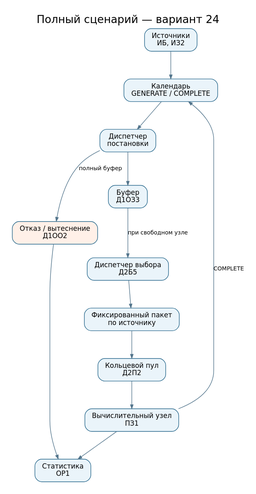
Expeline/APS_Lab keeps this PlantUML diagram as previews/main-flow.svg. Above is the earlier version. Its source is kept beside it as diagrams/sequence/main-flow.puml. Its diagram source:
```plantuml
@startuml
!pragma teoz true
skinparam backgroundColor white
skinparam shadowing false
skinparam defaultFontName DejaVu Sans
skinparam sequenceMessageAlign center
skinparam ArrowColor #236B8E
skinparam ParticipantBorderColor #236B8E
skinparam ParticipantBackgroundColor #EAF4FA

title Вариант 24 — полный сценарий центра рендеринга
actor "Источник задания" as Source
control "Движок событий" as Engine
control "Диспетчер постановки" as DP
queue "Буфер (Д1ОЗ3)" as Buf
control "Диспетчер выбора" as DV
collections "Пул приборов (Д2П2)" as Pool
participant "Вычислительный узел" as Worker
control "Календарь" as Cal
database "Статистика" as Stat
note over Source,Engine: ИБ / ИЗ2: бесконечные источники; интервал U(a,b)
== Обработка события GENERATE ==
Source -> Engine: generateJob(sourceId, t)
Engine -> Cal: schedule(next GENERATE, t + U(a,b))
Cal --> Engine: eventId
Engine -> DP: onArrival(job)
DP -> Buf: firstFreeSlot() [Д1ОЗ3]
Buf --> DP: slot / none
alt Есть место в буфере
 DP -> Buf: putAt(slot, job)
 Buf --> DP: placed
 DP -> Stat: recordBuffered(job)
else Буфер заполнен
 DP -> Buf: selectLowestPriorityVictim() [Д1ОО2]
 Buf --> DP: victim
 alt Новая заявка имеет право вытеснить victim
  note over DP,Buf
  Меньший номер источника = выше приоритет.
  При равенстве сохраняем старую заявку.
  end note
  DP -> Buf: remove(victim)
  Buf --> DP: removed
  DP -> Stat: recordRejected(victim, EVICTED)
  DP -> Buf: putAt(freedSlot, job)
  Buf --> DP: placed
 else Новая заявка не выше по приоритету
  DP -> Stat: recordRejected(job, OVERFLOW)
 end
end
== Обработка события COMPLETE ==
Worker -> Engine: onCompleted(job, workerId)
Engine -> Stat: recordCompleted(job, t)
Engine -> Pool: release(workerId)
Pool --> Engine: workerAvailable
Engine -> DV: onDeviceAvailable(t)
DV -> Buf: getWaitingJobs()
Buf --> DV: jobs
alt Пакет уже активен
 DV -> DV: Не расширять текущий пакет
else Нет активного пакета и очередь не пуста
 DV -> DV: selectPrioritySource(jobs) [Д2Б5]
 DV -> Buf: snapshotAndReserve(sourceId)
 Buf --> DV: immutable batchIds
 note over DV
 Пакет фиксирован в момент освобождения
 одного из приборов; все приборы обслуживают
 только этот пакет до полного завершения.
 end note
end
loop Пока есть свободные приборы и ожидающие заявки активного пакета
 DV -> Pool: findFreeFromPointer() [Д2П2]
 Pool --> DV: worker / none
 alt Найден свободный прибор
  DV -> Buf: takeReserved(batchJobId)
  Buf --> DV: job
  DV -> Pool: assignAndAdvancePointer(worker, job)
  Pool -> Worker: start(job, t, Exp(lambda)) [ПЗ1]
  Worker --> Pool: expectedFinishTime
  Pool --> DV: expectedFinishTime
  DV -> Cal: schedule(COMPLETE, expectedFinishTime)
  Cal --> DV: eventId
  DV -> Stat: recordStarted(job, worker)
 else Нет свободного прибора
  break Ждать COMPLETE
  end
 end
end
alt Активный пакет полностью выполнен
 DV -> DV: closeBatch()
 note over DV
 Следующий пакет — после завершения текущего,
 по актуальному буферу и текущему приоритету
 end note
note over Engine,Cal
Начальная доступность прибора — отдельный триггер запуска DV.
При одинаковом времени события обрабатываются детерминированно.
end note
@enduml
```
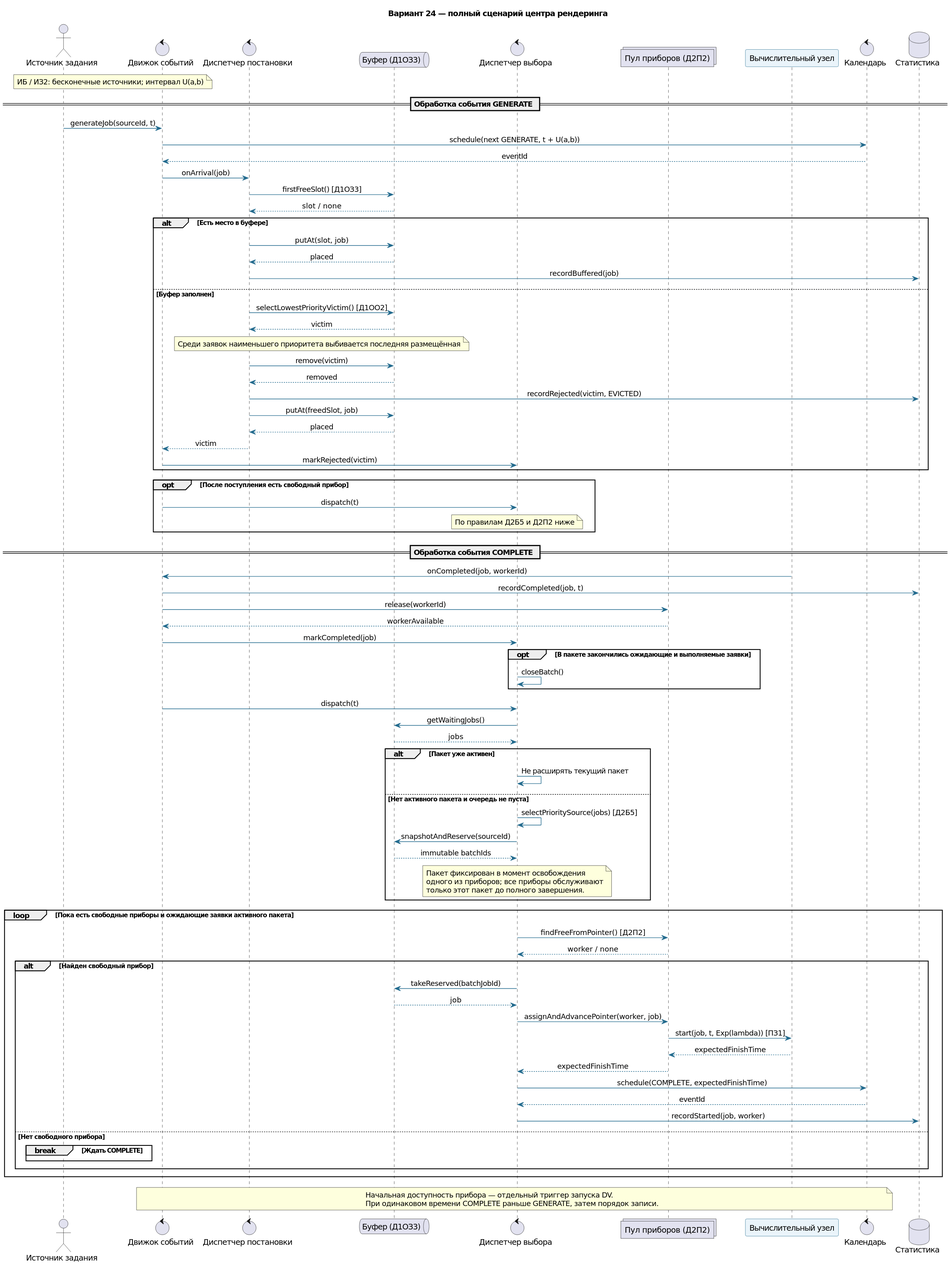
The same file after the commit.

Change to the diagram source:
```diff
@@ -33,26 +33,29 @@
 else Буфер заполнен
  DP -> Buf: selectLowestPriorityVictim() [Д1ОО2]
  Buf --> DP: victim
- alt Новая заявка имеет право вытеснить victim
-  note over DP,Buf
-  Меньший номер источника = выше приоритет.
-  При равенстве сохраняем старую заявку.
-  end note
-  DP -> Buf: remove(victim)
-  Buf --> DP: removed
-  DP -> Stat: recordRejected(victim, EVICTED)
-  DP -> Buf: putAt(freedSlot, job)
-  Buf --> DP: placed
- else Новая заявка не выше по приоритету
-  DP -> Stat: recordRejected(job, OVERFLOW)
- end
+ note over DP,Buf: Среди заявок наименьшего приоритета выбивается последняя размещённая
+ DP -> Buf: remove(victim)
+ Buf --> DP: removed
+ DP -> Stat: recordRejected(victim, EVICTED)
+ DP -> Buf: putAt(freedSlot, job)
+ Buf --> DP: placed
+ DP --> Engine: victim
+ Engine -> DV: markRejected(victim)
+end
+opt После поступления есть свободный прибор
+ Engine -> DV: dispatch(t)
+ note over DV: По правилам Д2Б5 и Д2П2 ниже
 end
 == Обработка события COMPLETE ==
 Worker -> Engine: onCompleted(job, workerId)
 Engine -> Stat: recordCompleted(job, t)
 Engine -> Pool: release(workerId)
 Pool --> Engine: workerAvailable
-Engine -> DV: onDeviceAvailable(t)
+Engine -> DV: markCompleted(job)
+opt В пакете закончились ожидающие и выполняемые заявки
+ DV -> DV: closeBatch()
+end
+Engine -> DV: dispatch(t)
 DV -> Buf: getWaitingJobs()
 Buf --> DV: jobs
 alt Пакет уже активен
@@ -85,14 +88,8 @@
   end
  end
 end
-alt Активный пакет полностью выполнен
- DV -> DV: closeBatch()
- note over DV
- Следующий пакет — после завершения текущего,
- по актуальному буферу и текущему приоритету
- end note
 note over Engine,Cal
 Начальная доступность прибора — отдельный триггер запуска DV.
-При одинаковом времени события обрабатываются детерминированно.
+При одинаковом времени COMPLETE раньше GENERATE, затем порядок записи.
 end note
 @enduml
```
